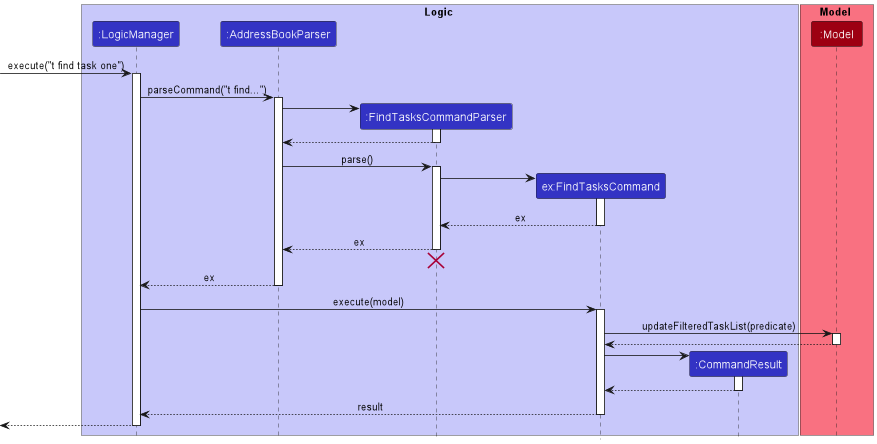
Above: docs/images/FindTasksCommandSequenceDiagram.png in nus-cs2103-AY2223S1/tp (PlantUML), before the change. Source of this version:
```plantuml
@startuml
!include style.puml

box Logic LOGIC_COLOR_T1
participant ":LogicManager" as LogicManager LOGIC_COLOR
participant ":AddressBookParser" as AddressBookParser LOGIC_COLOR
participant ":FindTasksCommandParser" as FindTasksCommandParser LOGIC_COLOR
participant "ex:FindTasksCommand" as FindTasksCommand LOGIC_COLOR
participant ":CommandResult" as CommandResult LOGIC_COLOR
end box

box Model MODEL_COLOR_T1
participant ":Model" as Model MODEL_COLOR
end box

[-> LogicManager : execute("t find task one")
activate LogicManager

LogicManager -> AddressBookParser: parseCommand("t find...")
activate AddressBookParser

create FindTasksCommandParser
AddressBookParser -> FindTasksCommandParser
activate FindTasksCommandParser

FindTasksCommandParser --> AddressBookParser
deactivate FindTasksCommandParser

AddressBookParser -> FindTasksCommandParser: parse()
activate FindTasksCommandParser

create FindTasksCommand
FindTasksCommandParser -> FindTasksCommand
activate FindTasksCommand

FindTasksCommand --> FindTasksCommandParser : ex
deactivate FindTasksCommand


FindTasksCommandParser --> AddressBookParser : ex
deactivate FindTasksCommandParser
FindTasksCommandParser [hidden]--> AddressBookParser
destroy FindTasksCommandParser

AddressBookParser --> LogicManager : ex
deactivate AddressBookParser

LogicManager -> FindTasksCommand : execute(model)
activate FindTasksCommand

FindTasksCommand -> Model: updateFilteredTaskList(predicate)
activate Model
Model --> FindTasksCommand
deactivate Model

create CommandResult
FindTasksCommand -> CommandResult:

activate CommandResult
CommandResult --> FindTasksCommand
deactivate CommandResult

FindTasksCommand --> LogicManager: result
deactivate FindTasksCommand


[<--LogicManager
deactivate LogicManager

@enduml
```
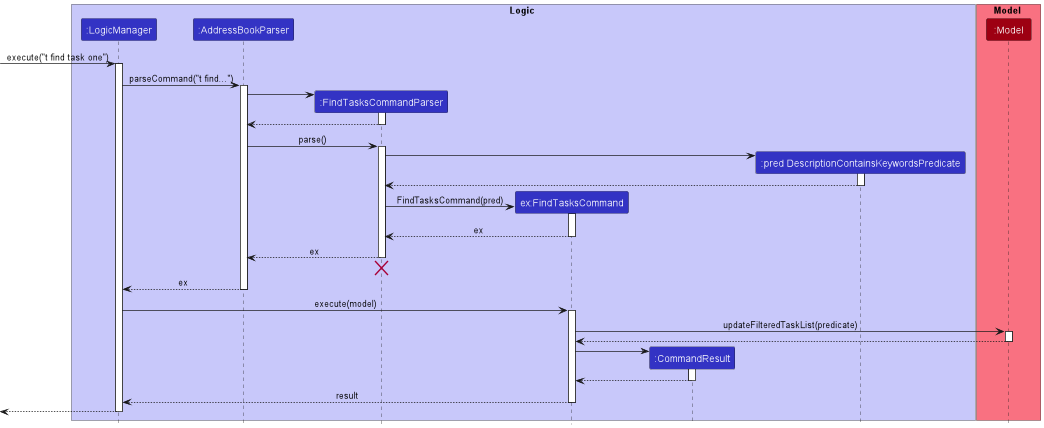
Above is the later version.

Diff of the diagram source:
```diff
@@ -7,6 +7,7 @@
 participant ":FindTasksCommandParser" as FindTasksCommandParser LOGIC_COLOR
 participant "ex:FindTasksCommand" as FindTasksCommand LOGIC_COLOR
 participant ":CommandResult" as CommandResult LOGIC_COLOR
+participant ":pred DescriptionContainsKeywordsPredicate" as DescriptionContainsKeywordsPredicate LOGIC_COLOR
 end box
 
 box Model MODEL_COLOR_T1
@@ -29,8 +30,15 @@
 AddressBookParser -> FindTasksCommandParser: parse()
 activate FindTasksCommandParser
 
+create DescriptionContainsKeywordsPredicate
+FindTasksCommandParser -> DescriptionContainsKeywordsPredicate
+activate DescriptionContainsKeywordsPredicate
+
+DescriptionContainsKeywordsPredicate --> FindTasksCommandParser
+deactivate DescriptionContainsKeywordsPredicate
+
 create FindTasksCommand
-FindTasksCommandParser -> FindTasksCommand
+FindTasksCommandParser -> FindTasksCommand: FindTasksCommand(pred)
 activate FindTasksCommand
 
 FindTasksCommand --> FindTasksCommandParser : ex
```
